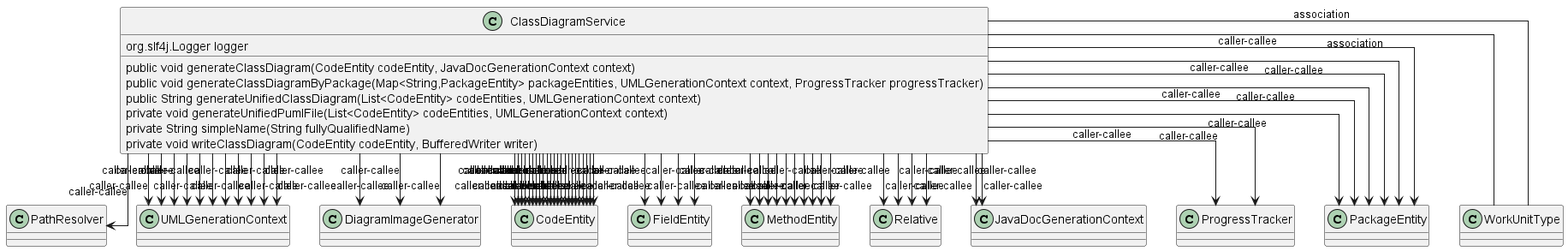
Before: javadoc/html/images/com_pjsoft_j2arch_uml_service_ClassDiagramService.png, a diagram exported from PlantUML (jags-programming/j2arch).
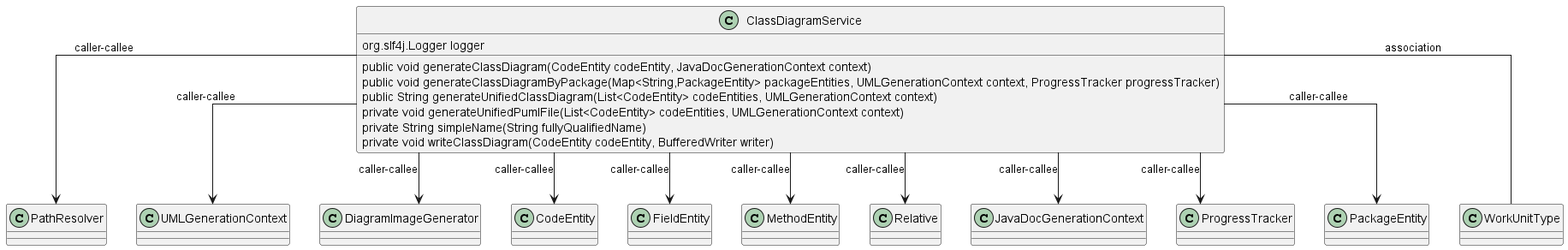
After the change.

Change to the diagram source:
```diff
@@ -11,70 +11,13 @@
 }
 ClassDiagramService --> PathResolver : caller-callee
 ClassDiagramService --> UMLGenerationContext : caller-callee
-ClassDiagramService --> UMLGenerationContext : caller-callee
-ClassDiagramService --> UMLGenerationContext : caller-callee
 ClassDiagramService --> DiagramImageGenerator : caller-callee
-ClassDiagramService --> UMLGenerationContext : caller-callee
-ClassDiagramService --> UMLGenerationContext : caller-callee
-ClassDiagramService --> UMLGenerationContext : caller-callee
-ClassDiagramService --> UMLGenerationContext : caller-callee
-ClassDiagramService --> UMLGenerationContext : caller-callee
-ClassDiagramService --> CodeEntity : caller-callee
 ClassDiagramService --> CodeEntity : caller-callee
 ClassDiagramService --> FieldEntity : caller-callee
-ClassDiagramService --> FieldEntity : caller-callee
-ClassDiagramService --> CodeEntity : caller-callee
 ClassDiagramService --> MethodEntity : caller-callee
-ClassDiagramService --> MethodEntity : caller-callee
-ClassDiagramService --> MethodEntity : caller-callee
-ClassDiagramService --> MethodEntity : caller-callee
-ClassDiagramService --> MethodEntity : caller-callee
-ClassDiagramService --> CodeEntity : caller-callee
-ClassDiagramService --> CodeEntity : caller-callee
-ClassDiagramService --> CodeEntity : caller-callee
-ClassDiagramService --> Relative : caller-callee
 ClassDiagramService --> Relative : caller-callee
 ClassDiagramService --> JavaDocGenerationContext : caller-callee
-ClassDiagramService --> CodeEntity : caller-callee
-ClassDiagramService --> CodeEntity : caller-callee
-ClassDiagramService --> CodeEntity : caller-callee
-ClassDiagramService --> JavaDocGenerationContext : caller-callee
-ClassDiagramService --> DiagramImageGenerator : caller-callee
-ClassDiagramService --> CodeEntity : caller-callee
-ClassDiagramService --> CodeEntity : caller-callee
-ClassDiagramService --> CodeEntity : caller-callee
-ClassDiagramService --> CodeEntity : caller-callee
 ClassDiagramService --> ProgressTracker : caller-callee
-ClassDiagramService --> UMLGenerationContext : caller-callee
 ClassDiagramService --> PackageEntity : caller-callee
-ClassDiagramService --> PackageEntity : caller-callee
-ClassDiagramService --> PackageEntity : caller-callee
-ClassDiagramService --> PackageEntity : caller-callee
-ClassDiagramService --> PackageEntity : caller-callee
-ClassDiagramService --> UMLGenerationContext : caller-callee
-ClassDiagramService --> DiagramImageGenerator : caller-callee
-ClassDiagramService --> PackageEntity : caller-callee
-ClassDiagramService --> ProgressTracker : caller-callee
 ClassDiagramService -- WorkUnitType : association
-ClassDiagramService -- WorkUnitType : association
-ClassDiagramService --> UMLGenerationContext : caller-callee
-ClassDiagramService --> CodeEntity : caller-callee
-ClassDiagramService --> CodeEntity : caller-callee
-ClassDiagramService --> CodeEntity : caller-callee
-ClassDiagramService --> CodeEntity : caller-callee
-ClassDiagramService --> CodeEntity : caller-callee
-ClassDiagramService --> FieldEntity : caller-callee
-ClassDiagramService --> FieldEntity : caller-callee
-ClassDiagramService --> CodeEntity : caller-callee
-ClassDiagramService --> MethodEntity : caller-callee
-ClassDiagramService --> MethodEntity : caller-callee
-ClassDiagramService --> MethodEntity : caller-callee
-ClassDiagramService --> MethodEntity : caller-callee
-ClassDiagramService --> MethodEntity : caller-callee
-ClassDiagramService --> CodeEntity : caller-callee
-ClassDiagramService --> CodeEntity : caller-callee
-ClassDiagramService --> CodeEntity : caller-callee
-ClassDiagramService --> Relative : caller-callee
-ClassDiagramService --> Relative : caller-callee
-ClassDiagramService --> CodeEntity : caller-callee
 @enduml
```
